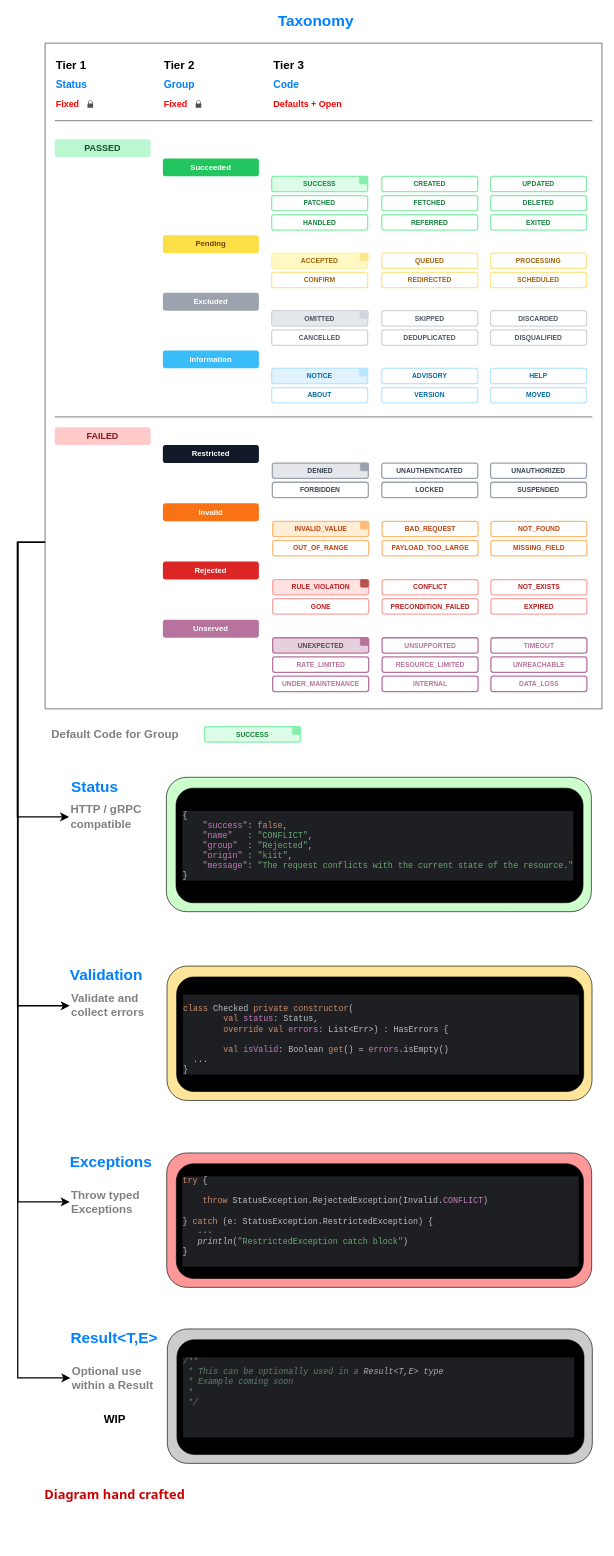
slatekit/kiit-codes keeps this draw.io diagram as assets/kiit-codes.drawio. Above is the earlier version. Source tidied: cells renumbered, new cells numbered last; positions are measured from the earlier drawing's top-left corner, leaving out a move shared by most shapes. Both pictures are drawn from the tidied source at 64%, with x=0, y=0 at pixel (17, 11).
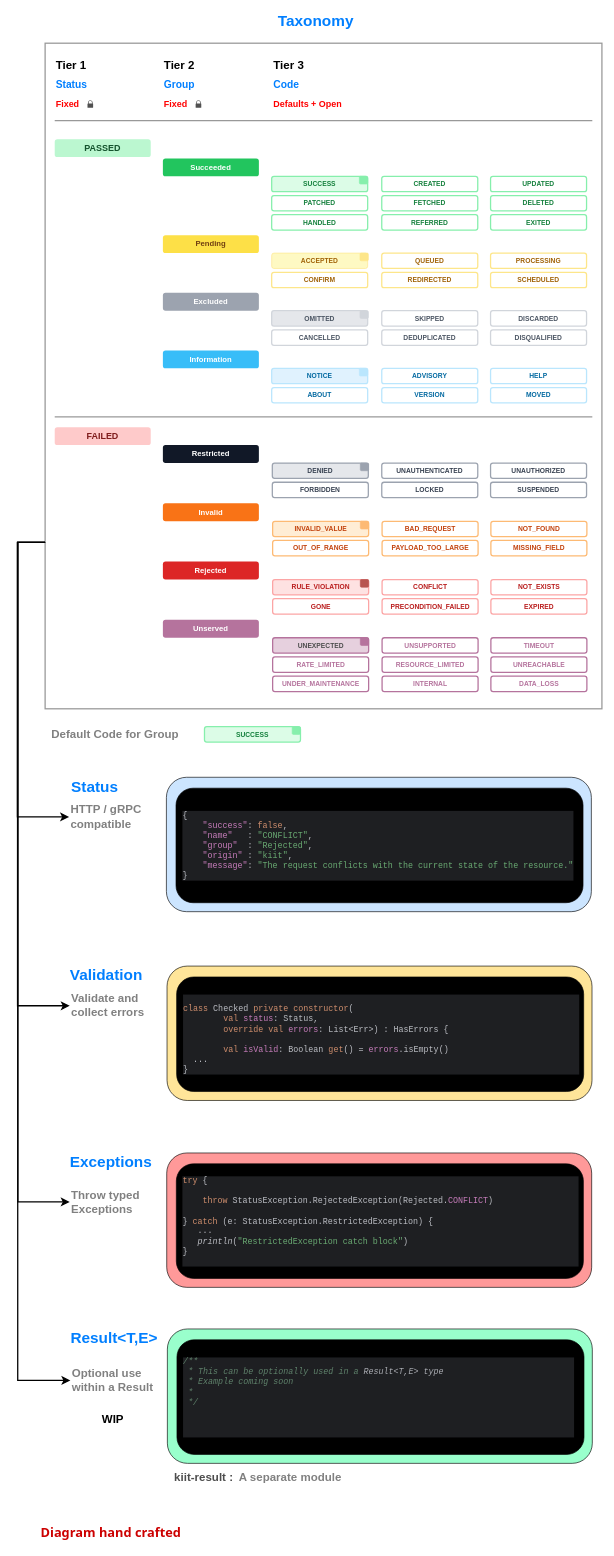
After the change.

The change refers to these unchanged cells:
```xml
<mxCell id="83" style="group;" parent="1" vertex="1">
  <mxGeometry x="232.5" y="1197" width="664" height="210" as="geometry" />
</mxCell>
<mxCell id="93" style="group;" parent="1" vertex="1">
  <mxGeometry x="233" y="1784" width="664" height="210" as="geometry" />
</mxCell>
<mxCell id="101" style="group;" parent="1" vertex="1">
  <mxGeometry x="234" y="2059" width="664" height="210" as="geometry" />
</mxCell>
```

Diff of the diagram source:
```diff
@@
-    <mxCell id="84" style="rounded=1;whiteSpace=wrap;html=1;fillColor=#CCFFCC;" parent="83" vertex="1">
+    <mxCell id="84" style="rounded=1;whiteSpace=wrap;html=1;fillColor=#CCE5FF;" parent="83" vertex="1">
       <mxGeometry width="664" height="210" as="geometry" />
     </mxCell>
@@
-    <mxCell id="95" value="&lt;div style=&quot;background-color: rgb(30, 31, 34); color: rgb(188, 190, 196);&quot;&gt;&lt;pre style=&quot;font-family:'JetBrains Mono',monospace;font-size:9.8pt;&quot;&gt;&lt;pre style=&quot;font-family:'JetBrains Mono',monospace;font-size:9.8pt;&quot;&gt;&lt;pre style=&quot;font-family:'JetBrains Mono',monospace;font-size:9.8pt;&quot;&gt;&lt;div&gt;&lt;pre style=&quot;font-family:'JetBrains Mono',monospace;font-size:9.8pt;&quot;&gt;&lt;span style=&quot;color: rgb(207, 142, 109);&quot;&gt;try &lt;/span&gt;{&lt;br&gt;&lt;br&gt;    &lt;span style=&quot;color: rgb(207, 142, 109);&quot;&gt;throw &lt;/span&gt;StatusException.RejectedException(Invalid.&lt;span style=&quot;color: rgb(199, 125, 187);&quot;&gt;CONFLICT&lt;/span&gt;)                  &lt;br&gt;&lt;br&gt;} &lt;span style=&quot;color: rgb(207, 142, 109);&quot;&gt;catch &lt;/span&gt;(e: StatusException.RestrictedException) {&lt;br&gt;   ... &lt;br&gt;&lt;span style=&quot;font-style:italic;&quot;&gt;   println&lt;/span&gt;(&lt;span style=&quot;color: rgb(106, 171, 115);&quot;&gt;&quot;RestrictedException catch block&quot;&lt;/span&gt;)&lt;br&gt;}&lt;br&gt;&lt;br&gt;&lt;/pre&gt;&lt;/div&gt;&lt;/pre&gt;&lt;/pre&gt;&lt;/pre&gt;&lt;/div&gt;" style="rounded=1;whiteSpace=wrap;html=1;fillColor=#000000;fontColor=#FFFFFF;align=left;spacingTop=0;spacingLeft=0;spacingRight=0;spacingBottom=0;spacing=10;" parent="93" vertex="1">
+    <mxCell id="95" value="&lt;div style=&quot;background-color: rgb(30, 31, 34); color: rgb(188, 190, 196);&quot;&gt;&lt;pre style=&quot;font-family:'JetBrains Mono',monospace;font-size:9.8pt;&quot;&gt;&lt;pre style=&quot;font-family:'JetBrains Mono',monospace;font-size:9.8pt;&quot;&gt;&lt;pre style=&quot;font-family:'JetBrains Mono',monospace;font-size:9.8pt;&quot;&gt;&lt;div&gt;&lt;pre style=&quot;font-family:'JetBrains Mono',monospace;font-size:9.8pt;&quot;&gt;&lt;span style=&quot;color: rgb(207, 142, 109);&quot;&gt;try &lt;/span&gt;{&lt;br&gt;&lt;br&gt;    &lt;span style=&quot;color: rgb(207, 142, 109);&quot;&gt;throw &lt;/span&gt;StatusException.RejectedException(Rejected.&lt;span style=&quot;color: rgb(199, 125, 187);&quot;&gt;CONFLICT&lt;/span&gt;)                 &lt;br&gt;&lt;br&gt;} &lt;span style=&quot;color: rgb(207, 142, 109);&quot;&gt;catch &lt;/span&gt;(e: StatusException.RestrictedException) {&lt;br&gt;   ... &lt;br&gt;&lt;span style=&quot;font-style:italic;&quot;&gt;   println&lt;/span&gt;(&lt;span style=&quot;color: rgb(106, 171, 115);&quot;&gt;&quot;RestrictedException catch block&quot;&lt;/span&gt;)&lt;br&gt;}&lt;br&gt;&lt;br&gt;&lt;/pre&gt;&lt;/div&gt;&lt;/pre&gt;&lt;/pre&gt;&lt;/pre&gt;&lt;/div&gt;" style="rounded=1;whiteSpace=wrap;html=1;fillColor=#000000;fontColor=#FFFFFF;align=left;spacingTop=0;spacingLeft=0;spacingRight=0;spacingBottom=0;spacing=10;" parent="93" vertex="1">
       <mxGeometry x="15" y="17" width="636" height="179" as="geometry" />
     </mxCell>
@@
     <mxCell id="100" value="&lt;font color=&quot;#808080&quot;&gt;&lt;span style=&quot;font-size: 18px;&quot;&gt;&lt;b&gt;Optional use within a Result&amp;nbsp;&lt;/b&gt;&lt;/span&gt;&lt;/font&gt;" style="text;html=1;whiteSpace=wrap;strokeColor=none;fillColor=none;align=left;verticalAlign=middle;rounded=0;" parent="1" vertex="1">
-      <mxGeometry x="82.5" y="2093" width="150" height="85" as="geometry" />
+      <mxGeometry x="82.5" y="2097" width="150" height="85" as="geometry" />
     </mxCell>
@@
-    <mxCell id="102" style="rounded=1;whiteSpace=wrap;html=1;fillColor=#CCCCCC;" parent="101" vertex="1">
+    <mxCell id="102" style="rounded=1;whiteSpace=wrap;html=1;fillColor=#99FFCC;" parent="101" vertex="1">
       <mxGeometry width="664" height="210" as="geometry" />
     </mxCell>
@@
+    <mxCell id="118" value="&lt;font style=&quot;font-size: 20px;&quot;&gt;&lt;b style=&quot;color: rgb(204, 0, 0);&quot;&gt;Diagram hand crafted&lt;/b&gt;&lt;/font&gt;" style="text;html=1;whiteSpace=wrap;strokeColor=none;fillColor=none;align=center;verticalAlign=middle;rounded=0;fontFamily=Tahoma;" parent="1" vertex="1">
+      <mxGeometry x="22" y="2355" width="248" height="43" as="geometry" />
+    </mxCell>
     <mxCell id="117" value="&lt;font&gt;&lt;span style=&quot;font-size: 18px; color: rgb(0, 0, 0);&quot;&gt;&lt;b style=&quot;&quot;&gt;WIP&lt;/b&gt;&lt;/span&gt;&lt;/font&gt;" style="text;html=1;whiteSpace=wrap;strokeColor=none;fillColor=none;align=center;verticalAlign=middle;rounded=0;" parent="1" vertex="1">
-      <mxGeometry x="77" y="2173" width="150" height="54" as="geometry" />
+      <mxGeometry x="73.5" y="2182" width="150" height="38" as="geometry" />
     </mxCell>
-    <mxCell id="118" value="&lt;font style=&quot;font-size: 20px;&quot;&gt;&lt;b style=&quot;color: rgb(204, 0, 0);&quot;&gt;Diagram hand crafted&lt;/b&gt;&lt;/font&gt;" style="text;html=1;whiteSpace=wrap;strokeColor=none;fillColor=none;align=center;verticalAlign=middle;rounded=0;fontFamily=Tahoma;" parent="1" vertex="1">
-      <mxGeometry x="28" y="2295" width="248" height="43" as="geometry" />
-    </mxCell>
+    <mxCell id="119" value="&lt;font color=&quot;#808080&quot;&gt;&lt;span style=&quot;font-size: 18px;&quot;&gt;&lt;b&gt;A separate module&lt;/b&gt;&lt;/span&gt;&lt;/font&gt;" style="text;html=1;whiteSpace=wrap;strokeColor=none;fillColor=none;align=left;verticalAlign=middle;rounded=0;" parent="1" vertex="1">
+      <mxGeometry x="344" y="2269" width="238" height="43" as="geometry" />
+    </mxCell>
+    <mxCell id="120" value="&lt;font&gt;&lt;span style=&quot;font-size: 18px; color: rgb(77, 77, 77);&quot;&gt;kiit-result :&lt;/span&gt;&lt;/font&gt;" style="text;html=1;whiteSpace=wrap;strokeColor=none;fillColor=none;align=left;verticalAlign=middle;rounded=0;fontStyle=1;" parent="1" vertex="1">
+      <mxGeometry x="243" y="2269" width="119" height="43" as="geometry" />
+    </mxCell>
```
